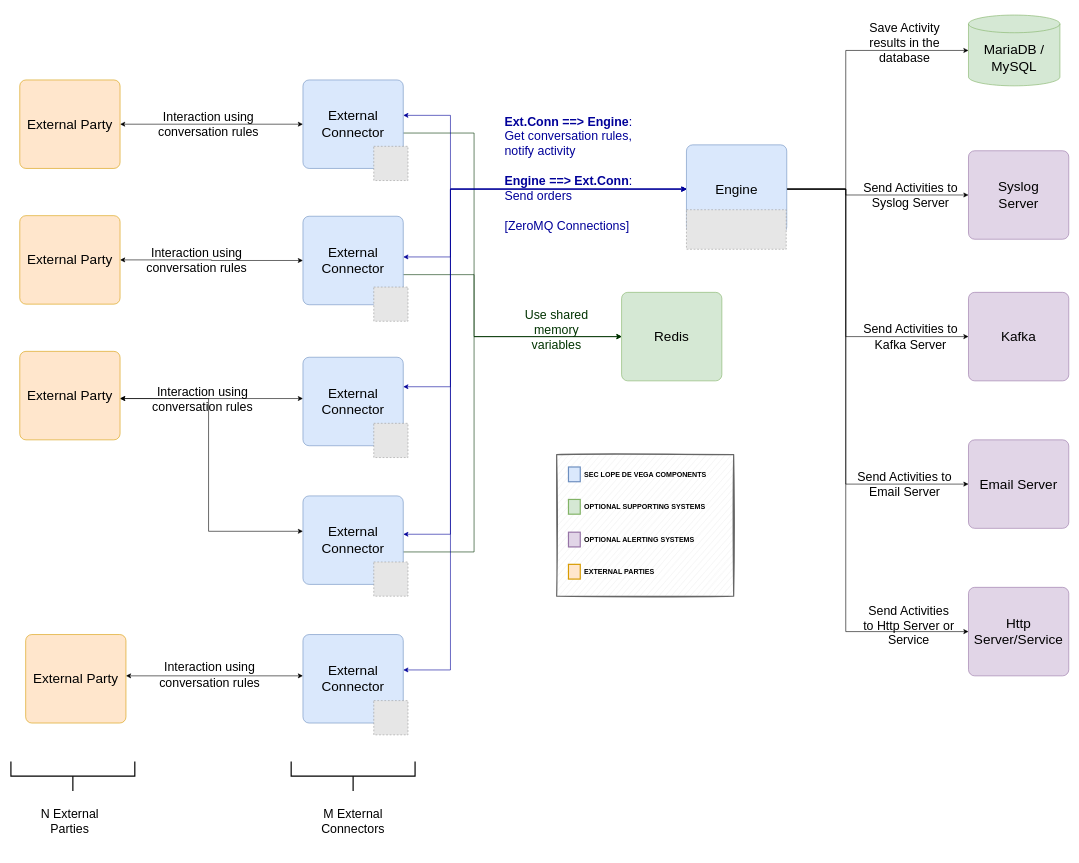
4LB3R70D/SecLopeDeVega-Docs keeps this draw.io diagram as page "slv_architecture" (1 of 13) of drawings_editable_format/SecLopeDeVega.drawio. Above is the earlier version. Source tidied: cells renumbered, new cells numbered last; positions are measured from the earlier drawing's top-left corner, leaving out a move shared by most shapes. Both pictures are drawn from the tidied source at 59%, with x=0, y=0 at pixel (19, 10). Pictures stored in the file or linked from it are replaced by grey dashed boxes.
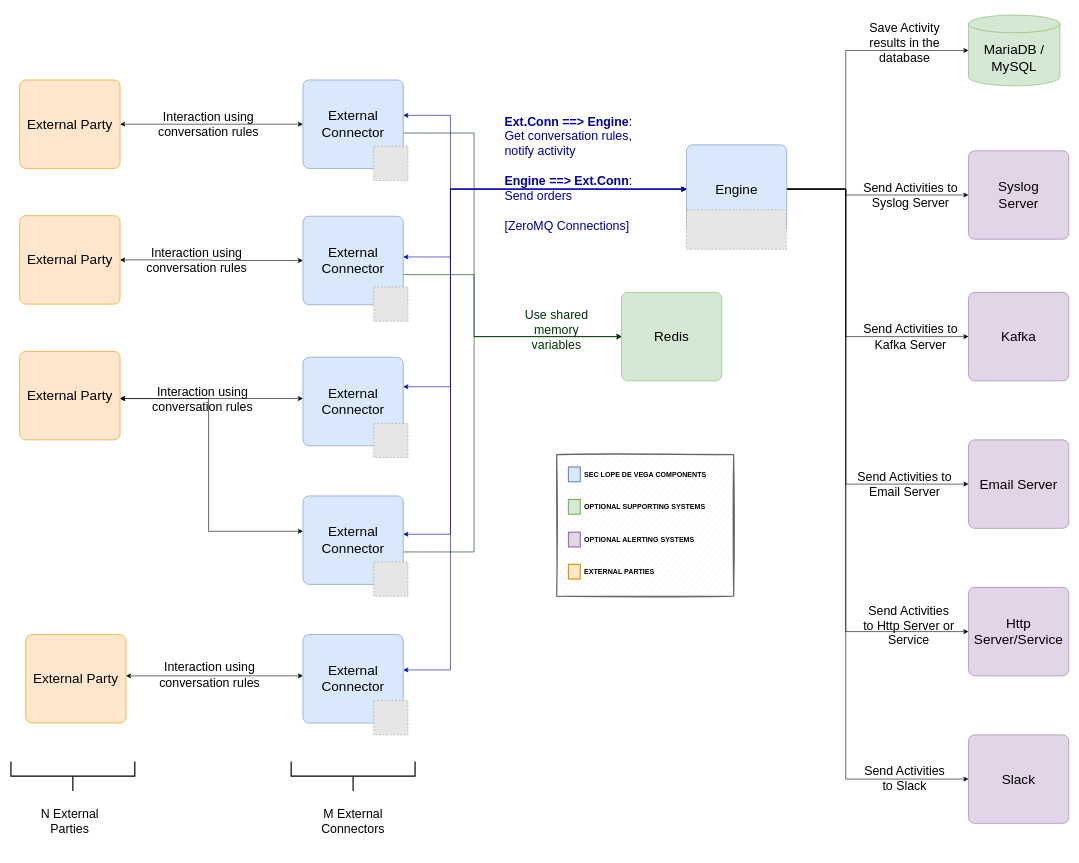
The same diagram, later.

Unchanged cells that the change refers to:
```xml
<mxCell id="57" value="Engine" style="rounded=1;whiteSpace=wrap;html=1;arcSize=7;fillColor=#dae8fc;strokeColor=#6c8ebf;horizontal=1;fontSize=23;" parent="56" vertex="1">
  <mxGeometry width="170" height="150" as="geometry" />
</mxCell>
```

The edit, as a diff of the source:
```diff
@@
+    <mxCell id="72" value="Slack" style="rounded=1;whiteSpace=wrap;html=1;arcSize=7;fillColor=#e1d5e7;strokeColor=#9673a6;horizontal=1;fontSize=23;" parent="1" vertex="1">
+      <mxGeometry x="1608" y="1228" width="170" height="150" as="geometry" />
+    </mxCell>
+    <mxCell id="73" style="edgeStyle=orthogonalEdgeStyle;rounded=0;jettySize=auto;html=1;" parent="1" edge="1" source="57" target="72">
+      <mxGeometry relative="1" as="geometry">
+        <Array as="points">
+          <mxPoint x="1400" y="303" />
+          <mxPoint x="1400" y="1303" />
+        </Array>
+      </mxGeometry>
+    </mxCell>
+    <mxCell id="74" value="Send Activities to Slack" style="text;html=1;strokeColor=none;fillColor=none;align=center;verticalAlign=middle;whiteSpace=wrap;rounded=0;fontSize=21;fontColor=#000000;" parent="1" vertex="1">
+      <mxGeometry x="1420" y="1246" width="160" height="110" as="geometry" />
+    </mxCell>
```
